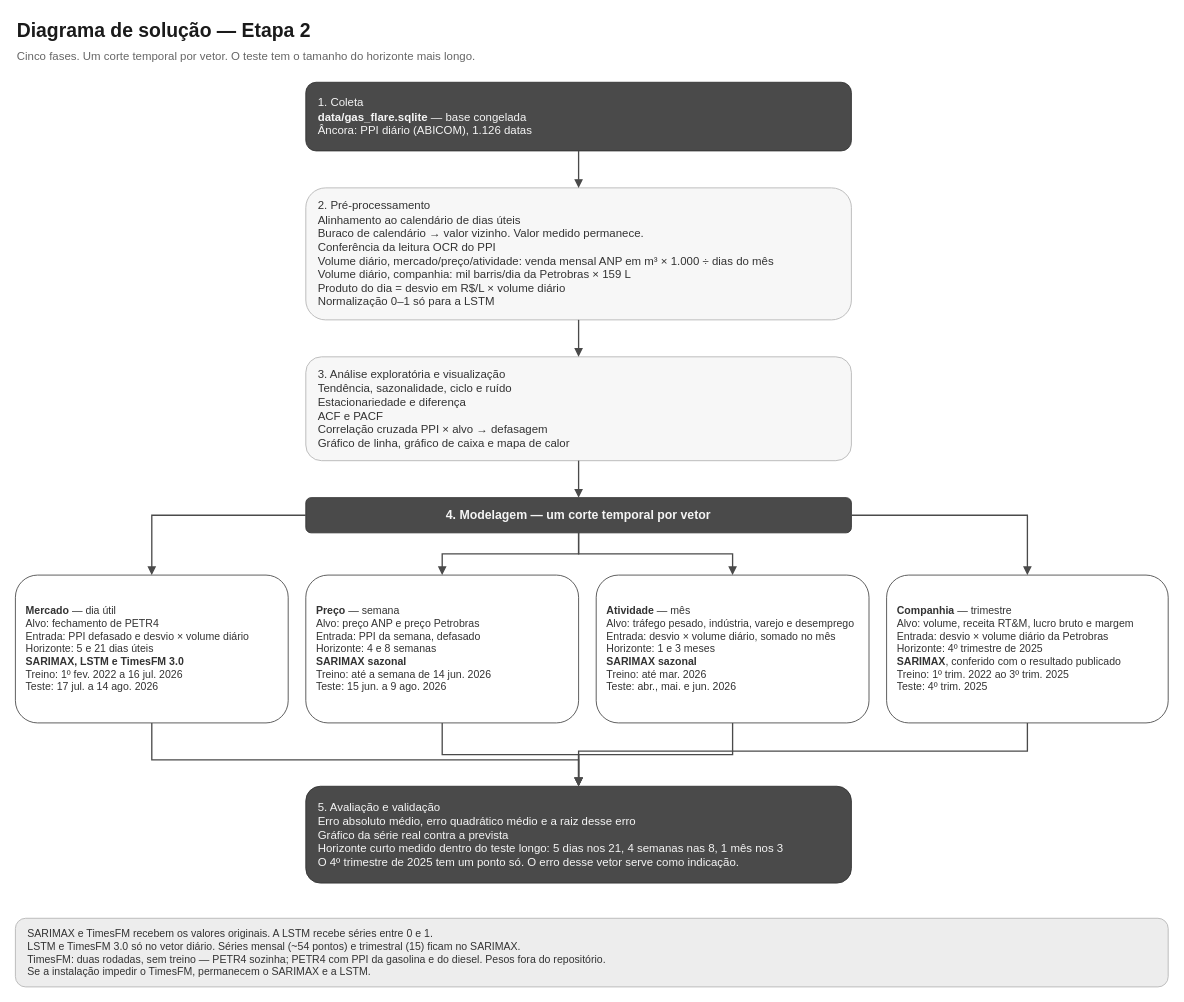
Earlier version of the draw.io diagram images/diagrama_solucao_etapa2.drawio (ricardozulian/proj-iv). Source tidied: cells renumbered, new cells numbered last; positions are measured from the earlier drawing's top-left corner, leaving out a move shared by most shapes. Both pictures are drawn from the tidied source at 88%, with x=0, y=0 at pixel (15, 15).
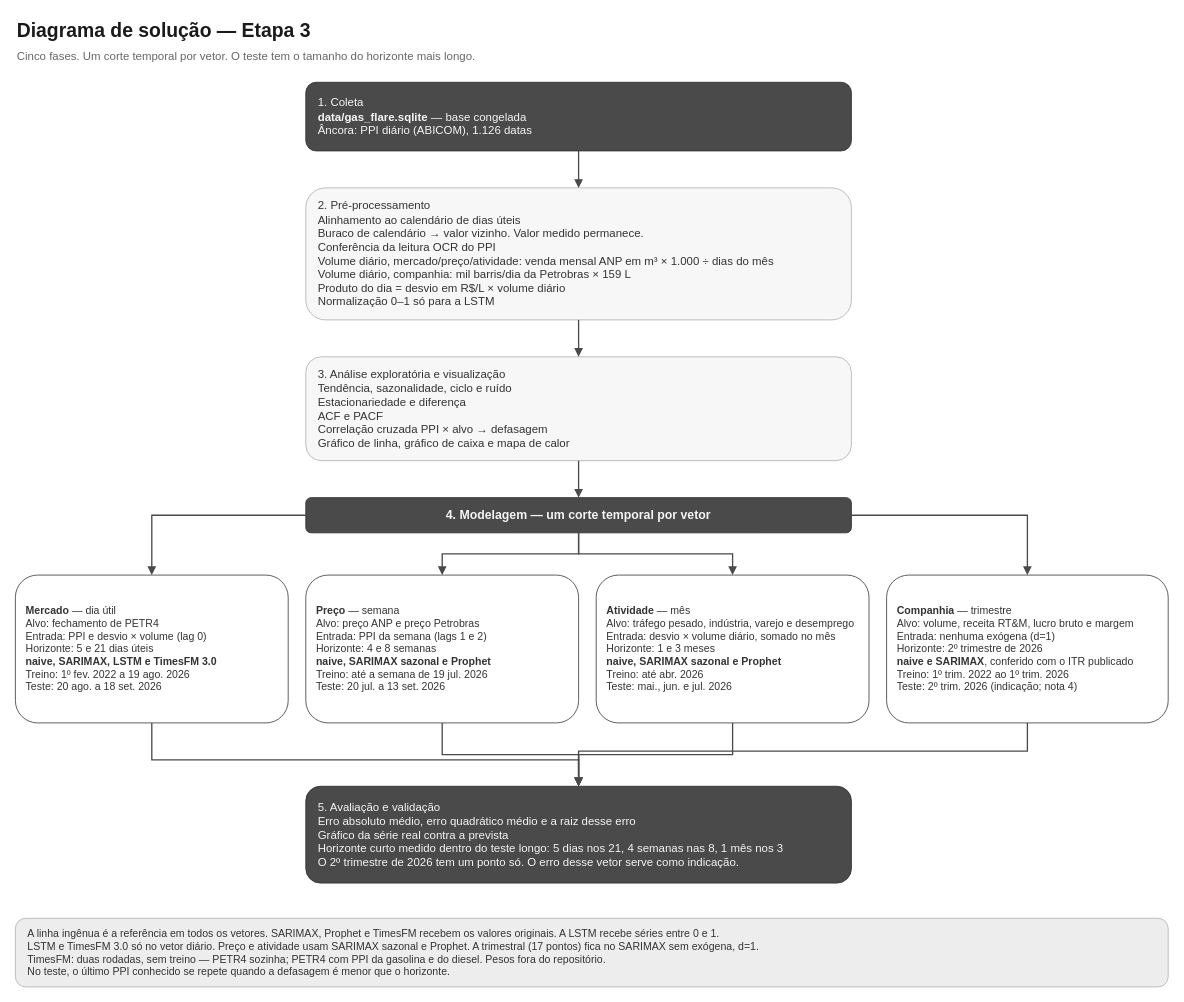
The same page after the edit.

Diff of the diagram source:
```diff
@@
-    <mxCell id="2" value="Diagrama de solução — Etapa 2" style="text;html=1;strokeColor=none;fillColor=none;align=left;verticalAlign=middle;fontSize=22;fontStyle=1;fontColor=#1A1A1A;" parent="1" vertex="1">
+    <mxCell id="2" value="Diagrama de solução — Etapa 3" style="text;html=1;strokeColor=none;fillColor=none;align=left;verticalAlign=middle;fontSize=22;fontStyle=1;fontColor=#1A1A1A;" parent="1" vertex="1">
       <mxGeometry width="1280" height="36" as="geometry" />
     </mxCell>
@@
-    <mxCell id="8" value="&lt;b&gt;Mercado&lt;/b&gt; — dia útil&lt;br&gt;Alvo: fechamento de PETR4&lt;br&gt;Entrada: PPI defasado e desvio × volume diário&lt;br&gt;Horizonte: 5 e 21 dias úteis&lt;br&gt;&lt;b&gt;SARIMAX, LSTM e TimesFM 3.0&lt;/b&gt;&lt;br&gt;Treino: 1º fev. 2022 a 16 jul. 2026&lt;br&gt;Teste: 17 jul. a 14 ago. 2026" style="rounded=1;whiteSpace=wrap;html=1;align=left;spacingLeft=10;spacingRight=8;fillColor=#FFFFFF;fontColor=#333333;strokeColor=#4A4A4A;fontSize=12;" parent="1" vertex="1">
+    <mxCell id="8" value="&lt;b&gt;Mercado&lt;/b&gt; — dia útil&lt;br&gt;Alvo: fechamento de PETR4&lt;br&gt;Entrada: PPI e desvio × volume (lag 0)&lt;br&gt;Horizonte: 5 e 21 dias úteis&lt;br&gt;&lt;b&gt;naive, SARIMAX, LSTM e TimesFM 3.0&lt;/b&gt;&lt;br&gt;Treino: 1º fev. 2022 a 19 ago. 2026&lt;br&gt;Teste: 20 ago. a 18 set. 2026" style="rounded=1;whiteSpace=wrap;html=1;align=left;spacingLeft=10;spacingRight=8;fillColor=#FFFFFF;fontColor=#333333;strokeColor=#4A4A4A;fontSize=12;" parent="1" vertex="1">
       <mxGeometry y="636" width="310" height="168" as="geometry" />
     </mxCell>
-    <mxCell id="9" value="&lt;b&gt;Preço&lt;/b&gt; — semana&lt;br&gt;Alvo: preço ANP e preço Petrobras&lt;br&gt;Entrada: PPI da semana, defasado&lt;br&gt;Horizonte: 4 e 8 semanas&lt;br&gt;&lt;b&gt;SARIMAX sazonal&lt;/b&gt;&lt;br&gt;Treino: até a semana de 14 jun. 2026&lt;br&gt;Teste: 15 jun. a 9 ago. 2026" style="rounded=1;whiteSpace=wrap;html=1;align=left;spacingLeft=10;spacingRight=8;fillColor=#FFFFFF;fontColor=#333333;strokeColor=#4A4A4A;fontSize=12;" parent="1" vertex="1">
+    <mxCell id="9" value="&lt;b&gt;Preço&lt;/b&gt; — semana&lt;br&gt;Alvo: preço ANP e preço Petrobras&lt;br&gt;Entrada: PPI da semana (lags 1 e 2)&lt;br&gt;Horizonte: 4 e 8 semanas&lt;br&gt;&lt;b&gt;naive, SARIMAX sazonal e Prophet&lt;/b&gt;&lt;br&gt;Treino: até a semana de 19 jul. 2026&lt;br&gt;Teste: 20 jul. a 13 set. 2026" style="rounded=1;whiteSpace=wrap;html=1;align=left;spacingLeft=10;spacingRight=8;fillColor=#FFFFFF;fontColor=#333333;strokeColor=#4A4A4A;fontSize=12;" parent="1" vertex="1">
       <mxGeometry x="330" y="636" width="310" height="168" as="geometry" />
     </mxCell>
-    <mxCell id="10" value="&lt;b&gt;Atividade&lt;/b&gt; — mês&lt;br&gt;Alvo: tráfego pesado, indústria, varejo e desemprego&lt;br&gt;Entrada: desvio × volume diário, somado no mês&lt;br&gt;Horizonte: 1 e 3 meses&lt;br&gt;&lt;b&gt;SARIMAX sazonal&lt;/b&gt;&lt;br&gt;Treino: até mar. 2026&lt;br&gt;Teste: abr., mai. e jun. 2026" style="rounded=1;whiteSpace=wrap;html=1;align=left;spacingLeft=10;spacingRight=8;fillColor=#FFFFFF;fontColor=#333333;strokeColor=#4A4A4A;fontSize=12;" parent="1" vertex="1">
+    <mxCell id="10" value="&lt;b&gt;Atividade&lt;/b&gt; — mês&lt;br&gt;Alvo: tráfego pesado, indústria, varejo e desemprego&lt;br&gt;Entrada: desvio × volume diário, somado no mês&lt;br&gt;Horizonte: 1 e 3 meses&lt;br&gt;&lt;b&gt;naive, SARIMAX sazonal e Prophet&lt;/b&gt;&lt;br&gt;Treino: até abr. 2026&lt;br&gt;Teste: mai., jun. e jul. 2026" style="rounded=1;whiteSpace=wrap;html=1;align=left;spacingLeft=10;spacingRight=8;fillColor=#FFFFFF;fontColor=#333333;strokeColor=#4A4A4A;fontSize=12;" parent="1" vertex="1">
       <mxGeometry x="660" y="636" width="310" height="168" as="geometry" />
     </mxCell>
-    <mxCell id="11" value="&lt;b&gt;Companhia&lt;/b&gt; — trimestre&lt;br&gt;Alvo: volume, receita RT&amp;M, lucro bruto e margem&lt;br&gt;Entrada: desvio × volume diário da Petrobras&lt;br&gt;Horizonte: 4º trimestre de 2025&lt;br&gt;&lt;b&gt;SARIMAX&lt;/b&gt;, conferido com o resultado publicado&lt;br&gt;Treino: 1º trim. 2022 ao 3º trim. 2025&lt;br&gt;Teste: 4º trim. 2025" style="rounded=1;whiteSpace=wrap;html=1;align=left;spacingLeft=10;spacingRight=8;fillColor=#FFFFFF;fontColor=#333333;strokeColor=#4A4A4A;fontSize=12;" parent="1" vertex="1">
+    <mxCell id="11" value="&lt;b&gt;Companhia&lt;/b&gt; — trimestre&lt;br&gt;Alvo: volume, receita RT&amp;M, lucro bruto e margem&lt;br&gt;Entrada: nenhuma exógena (d=1)&lt;br&gt;Horizonte: 2º trimestre de 2026&lt;br&gt;&lt;b&gt;naive e SARIMAX&lt;/b&gt;, conferido com o ITR publicado&lt;br&gt;Treino: 1º trim. 2022 ao 1º trim. 2026&lt;br&gt;Teste: 2º trim. 2026 (indicação; nota 4)" style="rounded=1;whiteSpace=wrap;html=1;align=left;spacingLeft=10;spacingRight=8;fillColor=#FFFFFF;fontColor=#333333;strokeColor=#4A4A4A;fontSize=12;" parent="1" vertex="1">
       <mxGeometry x="990" y="636" width="320" height="168" as="geometry" />
     </mxCell>
-    <mxCell id="12" value="5. Avaliação e validação&lt;br&gt;Erro absoluto médio, erro quadrático médio e a raiz desse erro&lt;br&gt;Gráfico da série real contra a prevista&lt;br&gt;Horizonte curto medido dentro do teste longo: 5 dias nos 21, 4 semanas nas 8, 1 mês nos 3&lt;br&gt;O 4º trimestre de 2025 tem um ponto só. O erro desse vetor serve como indicação." style="rounded=1;whiteSpace=wrap;html=1;align=left;spacingLeft=12;spacingRight=12;fillColor=#4A4A4A;fontColor=#F5F5F5;strokeColor=#333333;fontSize=13;" parent="1" vertex="1">
+    <mxCell id="12" value="5. Avaliação e validação&lt;br&gt;Erro absoluto médio, erro quadrático médio e a raiz desse erro&lt;br&gt;Gráfico da série real contra a prevista&lt;br&gt;Horizonte curto medido dentro do teste longo: 5 dias nos 21, 4 semanas nas 8, 1 mês nos 3&lt;br&gt;O 2º trimestre de 2026 tem um ponto só. O erro desse vetor serve como indicação." style="rounded=1;whiteSpace=wrap;html=1;align=left;spacingLeft=12;spacingRight=12;fillColor=#4A4A4A;fontColor=#F5F5F5;strokeColor=#333333;fontSize=13;" parent="1" vertex="1">
       <mxGeometry x="330" y="876" width="620" height="110" as="geometry" />
     </mxCell>
-    <mxCell id="13" value="SARIMAX e TimesFM recebem os valores originais. A LSTM recebe séries entre 0 e 1.&lt;br&gt;LSTM e TimesFM 3.0 só no vetor diário. Séries mensal (~54 pontos) e trimestral (15) ficam no SARIMAX.&lt;br&gt;TimesFM: duas rodadas, sem treino — PETR4 sozinha; PETR4 com PPI da gasolina e do diesel. Pesos fora do repositório.&lt;br&gt;Se a instalação impedir o TimesFM, permanecem o SARIMAX e a LSTM." style="rounded=1;whiteSpace=wrap;html=1;align=left;spacingLeft=12;spacingRight=12;fillColor=#EDEDED;fontColor=#333333;strokeColor=#B5B5B5;fontSize=12;" parent="1" vertex="1">
+    <mxCell id="13" value="A linha ingênua é a referência em todos os vetores. SARIMAX, Prophet e TimesFM recebem os valores originais. A LSTM recebe séries entre 0 e 1.&lt;br&gt;LSTM e TimesFM 3.0 só no vetor diário. Preço e atividade usam SARIMAX sazonal e Prophet. A trimestral (17 pontos) fica no SARIMAX sem exógena, d=1.&lt;br&gt;TimesFM: duas rodadas, sem treino — PETR4 sozinha; PETR4 com PPI da gasolina e do diesel. Pesos fora do repositório.&lt;br&gt;No teste, o último PPI conhecido se repete quando a defasagem é menor que o horizonte." style="rounded=1;whiteSpace=wrap;html=1;align=left;spacingLeft=12;spacingRight=12;fillColor=#EDEDED;fontColor=#333333;strokeColor=#B5B5B5;fontSize=12;" parent="1" vertex="1">
       <mxGeometry y="1026" width="1310" height="78" as="geometry" />
     </mxCell>
```
